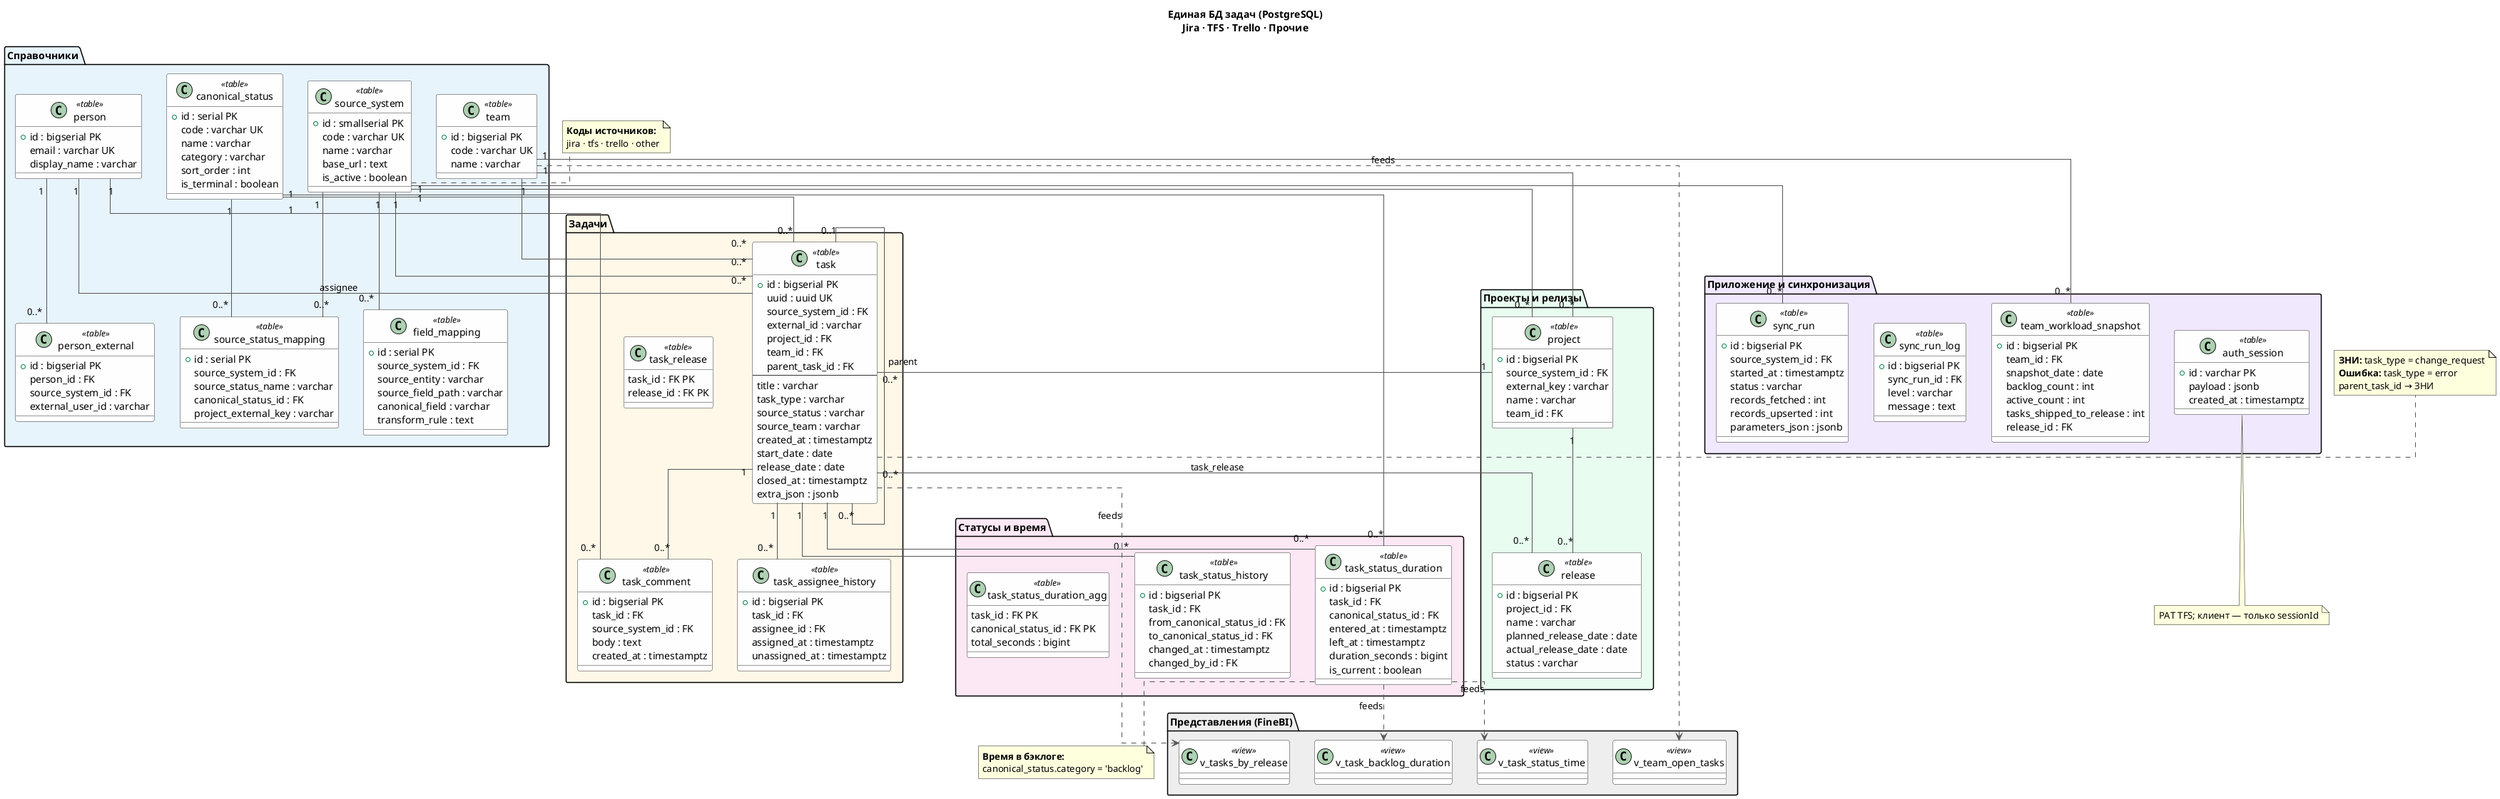
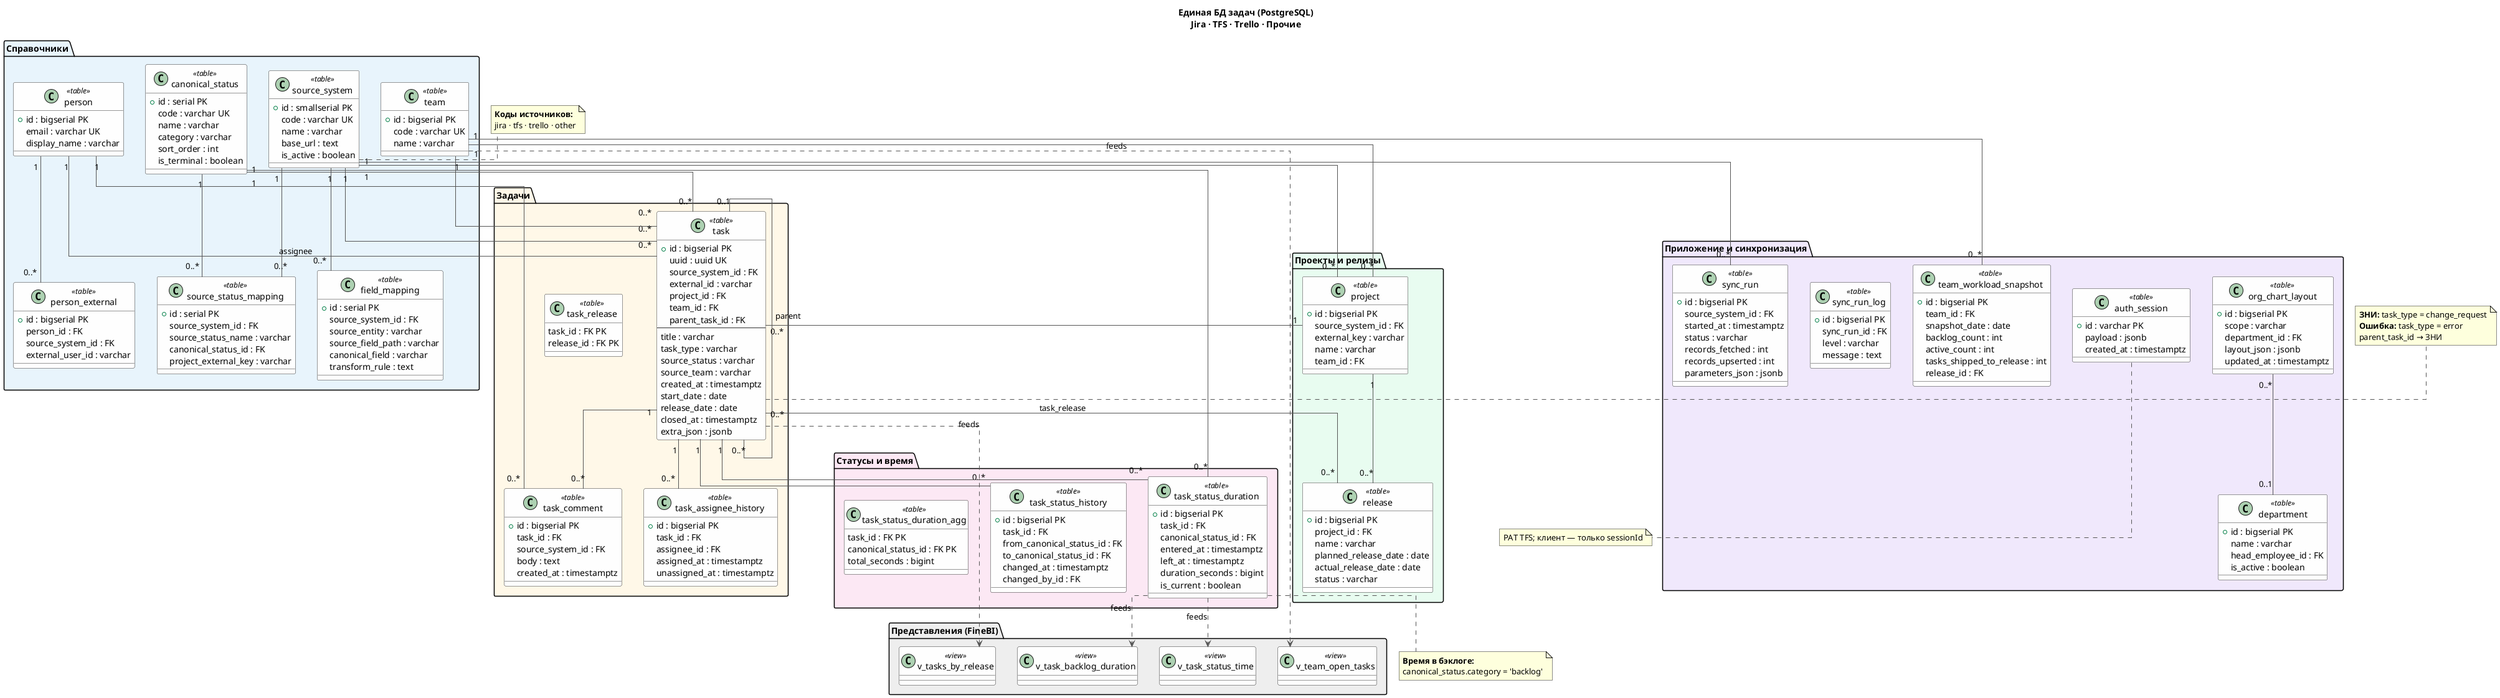
@startuml database-er
' Откройте в https://www.plantuml.com/plantuml или в IDE с PlantUML
' Схема единой БД reporting (PostgreSQL) — без тестовых данных

skinparam linetype ortho
skinparam classBackgroundColor #FEFEFE
skinparam classBorderColor #333333
skinparam arrowColor #555555

title Единая БД задач (PostgreSQL)\nJira · TFS · Trello · Прочие

package "Справочники" #E8F4FC {
  class source_system <<table>> {
    +id : smallserial PK
    code : varchar UK
    name : varchar
    base_url : text
    is_active : boolean
  }

  class canonical_status <<table>> {
    +id : serial PK
    code : varchar UK
    name : varchar
    category : varchar
    sort_order : int
    is_terminal : boolean
  }

  class source_status_mapping <<table>> {
    +id : serial PK
    source_system_id : FK
    source_status_name : varchar
    canonical_status_id : FK
    project_external_key : varchar
  }

  class field_mapping <<table>> {
    +id : serial PK
    source_system_id : FK
    source_entity : varchar
    source_field_path : varchar
    canonical_field : varchar
    transform_rule : text
  }

  class team <<table>> {
    +id : bigserial PK
    code : varchar UK
    name : varchar
  }

  class person <<table>> {
    +id : bigserial PK
    email : varchar UK
    display_name : varchar
  }

  class person_external <<table>> {
    +id : bigserial PK
    person_id : FK
    source_system_id : FK
    external_user_id : varchar
  }
}

package "Проекты и релизы" #E8FCF0 {
  class project <<table>> {
    +id : bigserial PK
    source_system_id : FK
    external_key : varchar
    name : varchar
    team_id : FK
  }

  class release <<table>> {
    +id : bigserial PK
    project_id : FK
    name : varchar
    planned_release_date : date
    actual_release_date : date
    status : varchar
  }
}

package "Задачи" #FFF8E8 {
  class task <<table>> {
    +id : bigserial PK
    uuid : uuid UK
    source_system_id : FK
    external_id : varchar
    project_id : FK
    team_id : FK
    parent_task_id : FK
    --
    title : varchar
    task_type : varchar
    source_status : varchar
    source_team : varchar
    created_at : timestamptz
    start_date : date
    release_date : date
    closed_at : timestamptz
    extra_json : jsonb
  }

  class task_release <<table>> {
    task_id : FK PK
    release_id : FK PK
  }

  class task_comment <<table>> {
    +id : bigserial PK
    task_id : FK
    source_system_id : FK
    body : text
    created_at : timestamptz
  }

  class task_assignee_history <<table>> {
    +id : bigserial PK
    task_id : FK
    assignee_id : FK
    assigned_at : timestamptz
    unassigned_at : timestamptz
  }
}

package "Статусы и время" #FCE8F4 {
  class task_status_history <<table>> {
    +id : bigserial PK
    task_id : FK
    from_canonical_status_id : FK
    to_canonical_status_id : FK
    changed_at : timestamptz
    changed_by_id : FK
  }

  class task_status_duration <<table>> {
    +id : bigserial PK
    task_id : FK
    canonical_status_id : FK
    entered_at : timestamptz
    left_at : timestamptz
    duration_seconds : bigint
    is_current : boolean
  }

  class task_status_duration_agg <<table>> {
    task_id : FK PK
    canonical_status_id : FK PK
    total_seconds : bigint
  }
}

package "Приложение и синхронизация" #F0E8FC {
  class auth_session <<table>> {
    +id : varchar PK
    payload : jsonb
    created_at : timestamptz
  }

+   class department <<table>> {
+     +id : bigserial PK
+     name : varchar
+     head_employee_id : FK
+     is_active : boolean
+   }
+ 
+   class org_chart_layout <<table>> {
+     +id : bigserial PK
+     scope : varchar
+     department_id : FK
+     layout_json : jsonb
+     updated_at : timestamptz
+   }
+ 
  class sync_run <<table>> {
    +id : bigserial PK
    source_system_id : FK
    started_at : timestamptz
    status : varchar
    records_fetched : int
    records_upserted : int
    parameters_json : jsonb
  }

  class sync_run_log <<table>> {
    +id : bigserial PK
    sync_run_id : FK
    level : varchar
    message : text
  }

  class team_workload_snapshot <<table>> {
    +id : bigserial PK
    team_id : FK
    snapshot_date : date
    backlog_count : int
    active_count : int
    tasks_shipped_to_release : int
    release_id : FK
  }
}

package "Представления (FineBI)" #EEEEEE {
  class v_task_backlog_duration <<view>>
  class v_task_status_time <<view>>
  class v_team_open_tasks <<view>>
  class v_tasks_by_release <<view>>
}

source_system "1" -- "0..*" project
source_system "1" -- "0..*" task
source_system "1" -- "0..*" field_mapping
source_system "1" -- "0..*" source_status_mapping
source_system "1" -- "0..*" sync_run

team "1" -- "0..*" project
team "1" -- "0..*" task
team "1" -- "0..*" team_workload_snapshot

project "1" -- "0..*" task
project "1" -- "0..*" release

canonical_status "1" -- "0..*" task
canonical_status "1" -- "0..*" task_status_duration
canonical_status "1" -- "0..*" source_status_mapping

person "1" -- "0..*" person_external
person "1" -- "0..*" task : assignee
person "1" -- "0..*" task_comment

task "0..1" -- "0..*" task : parent
task "1" -- "0..*" task_comment
task "1" -- "0..*" task_status_history
task "1" -- "0..*" task_status_duration
task "1" -- "0..*" task_assignee_history
task "0..*" -- "0..*" release : task_release

task_status_duration ..> v_task_backlog_duration : feeds
task_status_duration ..> v_task_status_time : feeds
task ..> v_tasks_by_release : feeds
team ..> v_team_open_tasks : feeds

+ org_chart_layout "0..*" -- "0..1" department
+ 
note right of source_system
  **Коды источников:**
  jira · tfs · trello · other
end note

note right of task
  **ЗНИ:** task_type = change_request
  **Ошибка:** task_type = error
  parent_task_id → ЗНИ
end note

note bottom of auth_session
  PAT TFS; клиент — только sessionId
end note

note bottom of task_status_duration
  **Время в бэклоге:**
  canonical_status.category = 'backlog'
end note

@enduml
